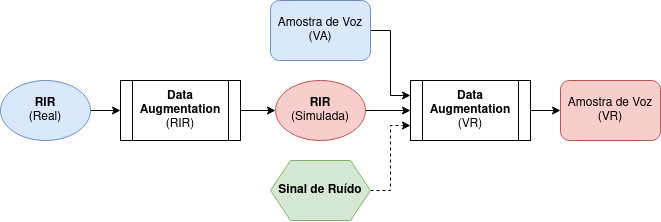
Earlier version of the draw.io export figuras/flow-geral.png (afonsobm/TCC_Texto). Source tidied: cells renumbered, new cells last; positions are measured from the earlier drawing's top-left corner, leaving out a move shared by most shapes. Source of this version:
```xml
<mxGraphModel>
  <root>
    <mxCell id="0" />
    <mxCell id="1" parent="0" />
    <mxCell id="2" style="edgeStyle=orthogonalEdgeStyle;rounded=0;jettySize=auto;html=1;exitX=1;exitY=0.5;exitDx=0;exitDy=0;entryX=0;entryY=0.5;entryDx=0;entryDy=0;" parent="1" edge="1" source="3" target="7">
      <mxGeometry relative="1" as="geometry" />
    </mxCell>
    <mxCell id="3" value="&lt;div&gt;&lt;b&gt;Data Augmentation&lt;/b&gt;&lt;br&gt;&lt;/div&gt;&lt;div&gt;(RIR)&lt;br&gt;&lt;/div&gt;" style="shape=process;whiteSpace=wrap;html=1;backgroundOutline=1;" parent="1" vertex="1">
      <mxGeometry x="120" y="80" width="120" height="60" as="geometry" />
    </mxCell>
    <mxCell id="4" style="edgeStyle=orthogonalEdgeStyle;rounded=0;jettySize=auto;html=1;exitX=1;exitY=0.5;exitDx=0;exitDy=0;entryX=0;entryY=0.5;entryDx=0;entryDy=0;" parent="1" edge="1" source="5" target="3">
      <mxGeometry relative="1" as="geometry" />
    </mxCell>
    <mxCell id="5" value="&lt;b&gt;RIR&lt;/b&gt;&lt;br&gt;&lt;div&gt;(Real)&lt;/div&gt;" style="ellipse;whiteSpace=wrap;html=1;fillColor=#dae8fc;strokeColor=#6c8ebf;" parent="1" vertex="1">
      <mxGeometry y="80" width="90" height="60" as="geometry" />
    </mxCell>
    <mxCell id="6" style="edgeStyle=orthogonalEdgeStyle;rounded=0;jettySize=auto;html=1;entryX=0;entryY=0.5;entryDx=0;entryDy=0;" parent="1" edge="1" source="7" target="9">
      <mxGeometry relative="1" as="geometry" />
    </mxCell>
    <mxCell id="7" value="&lt;div&gt;&lt;b&gt;RIR&lt;/b&gt;&lt;/div&gt;&lt;div&gt;(Simulada)&lt;br&gt;&lt;/div&gt;" style="ellipse;whiteSpace=wrap;html=1;fillColor=#f8cecc;strokeColor=#b85450;" parent="1" vertex="1">
      <mxGeometry x="275" y="80" width="90" height="60" as="geometry" />
    </mxCell>
    <mxCell id="8" style="edgeStyle=orthogonalEdgeStyle;rounded=0;jettySize=auto;html=1;exitX=1;exitY=0.5;exitDx=0;exitDy=0;entryX=0;entryY=0.5;entryDx=0;entryDy=0;" parent="1" edge="1" source="9" target="12">
      <mxGeometry relative="1" as="geometry" />
    </mxCell>
    <mxCell id="9" value="&lt;div&gt;&lt;b&gt;Data Augmentation&lt;/b&gt;&lt;/div&gt;&lt;div&gt;(VR)&lt;br&gt;&lt;/div&gt;" style="shape=process;whiteSpace=wrap;html=1;backgroundOutline=1;" parent="1" vertex="1">
      <mxGeometry x="410" y="80" width="120" height="60" as="geometry" />
    </mxCell>
    <mxCell id="10" style="edgeStyle=orthogonalEdgeStyle;rounded=0;jettySize=auto;html=1;exitX=1;exitY=0.5;exitDx=0;exitDy=0;entryX=0;entryY=0.25;entryDx=0;entryDy=0;" parent="1" edge="1" source="11" target="9">
      <mxGeometry relative="1" as="geometry" />
    </mxCell>
    <mxCell id="11" value="Amostra de Voz&lt;br&gt;(VA)" style="rounded=1;whiteSpace=wrap;html=1;fillColor=#dae8fc;strokeColor=#6c8ebf;" parent="1" vertex="1">
      <mxGeometry x="270" width="100" height="60" as="geometry" />
    </mxCell>
    <mxCell id="12" value="Amostra de Voz&lt;br&gt;(VR)" style="rounded=1;whiteSpace=wrap;html=1;fillColor=#f8cecc;strokeColor=#b85450;" parent="1" vertex="1">
      <mxGeometry x="560" y="80" width="100" height="60" as="geometry" />
    </mxCell>
    <mxCell id="13" style="edgeStyle=orthogonalEdgeStyle;rounded=0;jettySize=auto;html=1;exitX=1;exitY=0.5;exitDx=0;exitDy=0;entryX=0;entryY=0.75;entryDx=0;entryDy=0;dashed=1;" parent="1" edge="1" source="14" target="9">
      <mxGeometry relative="1" as="geometry" />
    </mxCell>
    <mxCell id="14" value="&lt;b&gt;Sinal de Ruído&lt;/b&gt;" style="shape=hexagon;perimeter=hexagonPerimeter2;whiteSpace=wrap;html=1;fixedSize=1;fillColor=#d5e8d4;strokeColor=#82b366;" parent="1" vertex="1">
      <mxGeometry x="270" y="160" width="100" height="60" as="geometry" />
    </mxCell>
  </root>
</mxGraphModel>
```
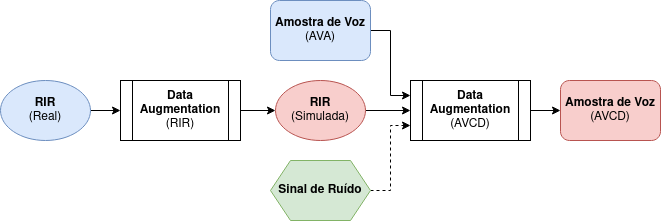
After the commit.

The edit, as a diff of the source:
```diff
@@ -23,16 +23,16 @@
     <mxCell id="8" style="edgeStyle=orthogonalEdgeStyle;rounded=0;jettySize=auto;html=1;exitX=1;exitY=0.5;exitDx=0;exitDy=0;entryX=0;entryY=0.5;entryDx=0;entryDy=0;" parent="1" edge="1" source="9" target="12">
       <mxGeometry relative="1" as="geometry" />
     </mxCell>
-    <mxCell id="9" value="&lt;div&gt;&lt;b&gt;Data Augmentation&lt;/b&gt;&lt;/div&gt;&lt;div&gt;(VR)&lt;br&gt;&lt;/div&gt;" style="shape=process;whiteSpace=wrap;html=1;backgroundOutline=1;" parent="1" vertex="1">
+    <mxCell id="9" value="&lt;div&gt;&lt;b&gt;Data Augmentation&lt;/b&gt;&lt;/div&gt;&lt;div&gt;(AVCD)&lt;br&gt;&lt;/div&gt;" style="shape=process;whiteSpace=wrap;html=1;backgroundOutline=1;" parent="1" vertex="1">
       <mxGeometry x="410" y="80" width="120" height="60" as="geometry" />
     </mxCell>
     <mxCell id="10" style="edgeStyle=orthogonalEdgeStyle;rounded=0;jettySize=auto;html=1;exitX=1;exitY=0.5;exitDx=0;exitDy=0;entryX=0;entryY=0.25;entryDx=0;entryDy=0;" parent="1" edge="1" source="11" target="9">
       <mxGeometry relative="1" as="geometry" />
     </mxCell>
-    <mxCell id="11" value="Amostra de Voz&lt;br&gt;(VA)" style="rounded=1;whiteSpace=wrap;html=1;fillColor=#dae8fc;strokeColor=#6c8ebf;" parent="1" vertex="1">
+    <mxCell id="11" value="&lt;b&gt;Amostra de Voz&lt;/b&gt;&lt;br&gt;(AVA)" style="rounded=1;whiteSpace=wrap;html=1;fillColor=#dae8fc;strokeColor=#6c8ebf;" parent="1" vertex="1">
       <mxGeometry x="270" width="100" height="60" as="geometry" />
     </mxCell>
-    <mxCell id="12" value="Amostra de Voz&lt;br&gt;(VR)" style="rounded=1;whiteSpace=wrap;html=1;fillColor=#f8cecc;strokeColor=#b85450;" parent="1" vertex="1">
+    <mxCell id="12" value="&lt;b&gt;Amostra de Voz&lt;/b&gt;&lt;br&gt;(AVCD)" style="rounded=1;whiteSpace=wrap;html=1;fillColor=#f8cecc;strokeColor=#b85450;" parent="1" vertex="1">
       <mxGeometry x="560" y="80" width="100" height="60" as="geometry" />
     </mxCell>
     <mxCell id="13" style="edgeStyle=orthogonalEdgeStyle;rounded=0;jettySize=auto;html=1;exitX=1;exitY=0.5;exitDx=0;exitDy=0;entryX=0;entryY=0.75;entryDx=0;entryDy=0;dashed=1;" parent="1" edge="1" source="14" target="9">
```
